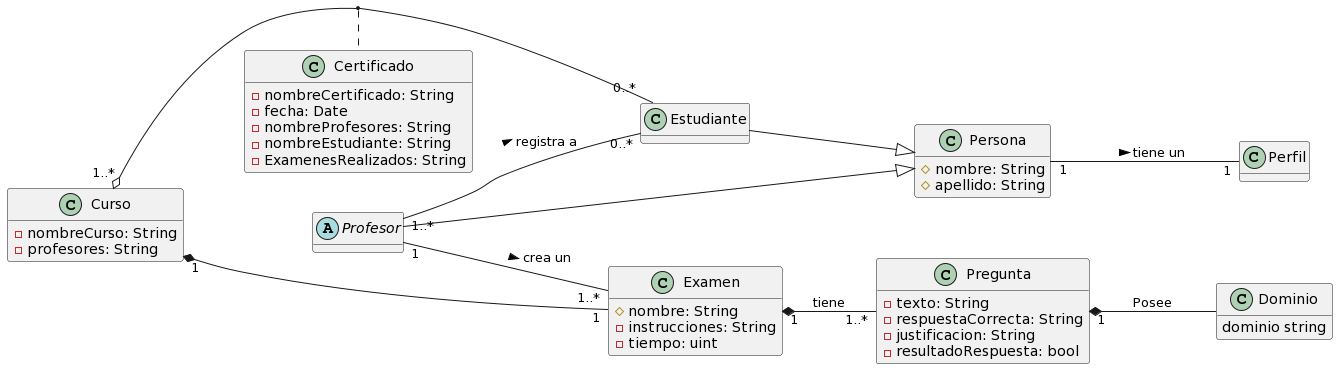
Earlier version of the PlantUML export docs/scenariosView/DiagramaClases/Class.png (Carverz/IS-022023_Proyecto-Grupo-4).
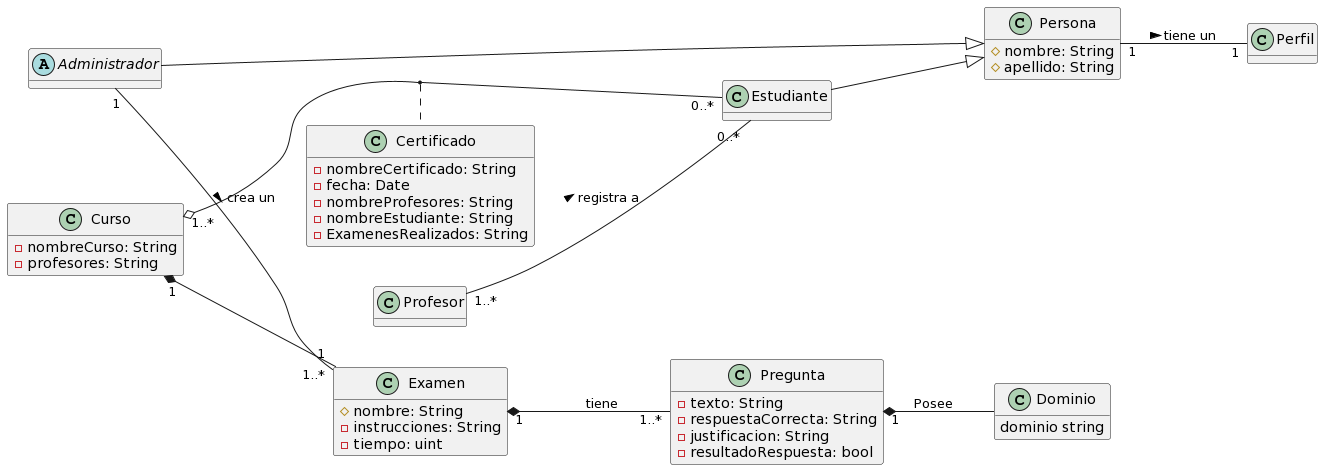
Later version of the same file.

Commit message:
Arreglo diagrama de clase

What changed in the source:
```diff
@@ -18,7 +18,7 @@
 class Perfil{
 }
 
-abstract Profesor {
+abstract Administrador {
 }
 
 class Examen {
@@ -51,12 +51,12 @@
   dominio string
 }
 
-Profesor --|> Persona
+Administrador --|> Persona
 Estudiante --|> Persona
 Curso "1..*" o-- "0..*" Estudiante
 Curso "1" *-- "1" Examen
 Persona "1" -- "1" Perfil : tiene un >
-Profesor "1" -- "1..*" Examen : crea un >
+Administrador "1" -- "1..*" Examen : crea un >
 Examen "1" *-- "1..*" Pregunta : tiene
 Profesor "1..*" -- "0..*" Estudiante : registra a >
 Pregunta "1" *-- Dominio: Posee
```
